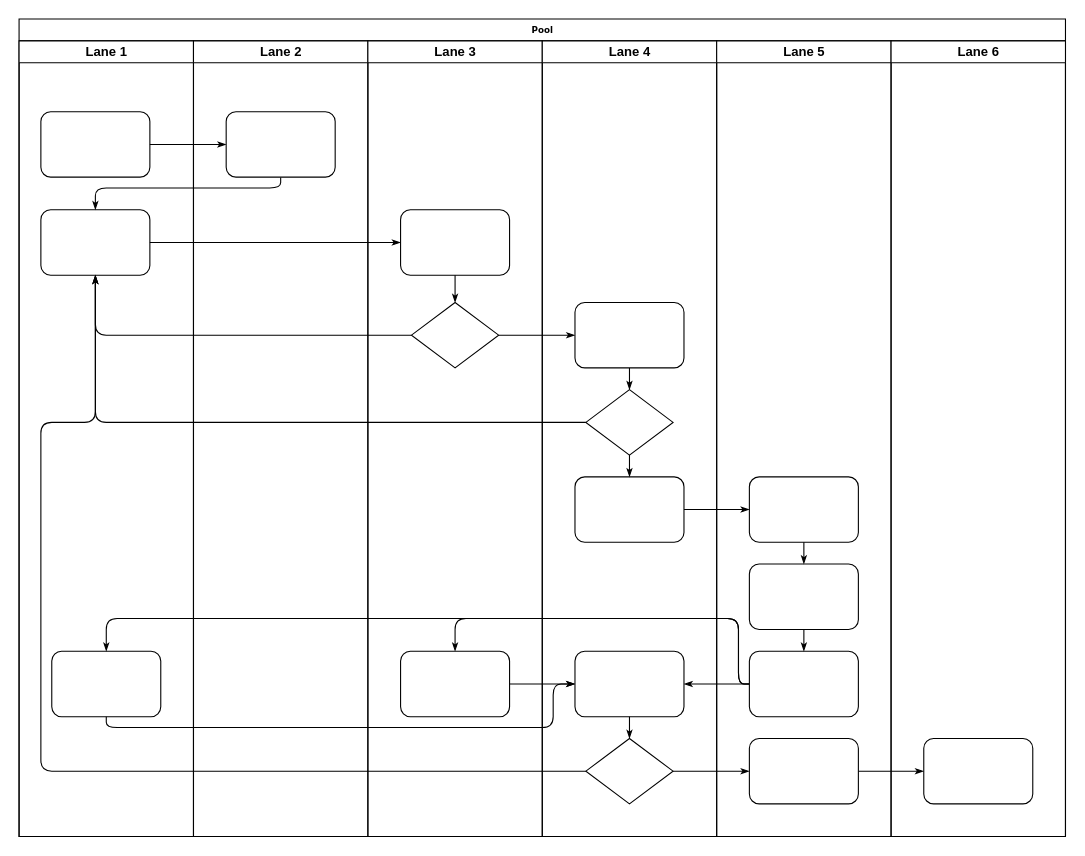
The draw.io diagram Diagrama sem nome.drawio in Cadu-Dias/DrawIo, before the edit. Source tidied: cells renumbered, new cells numbered last; positions are measured from the earlier drawing's top-left corner, leaving out a move shared by most shapes. Both pictures are drawn from the tidied source at 109%, with x=0, y=0 at pixel (19, 19).
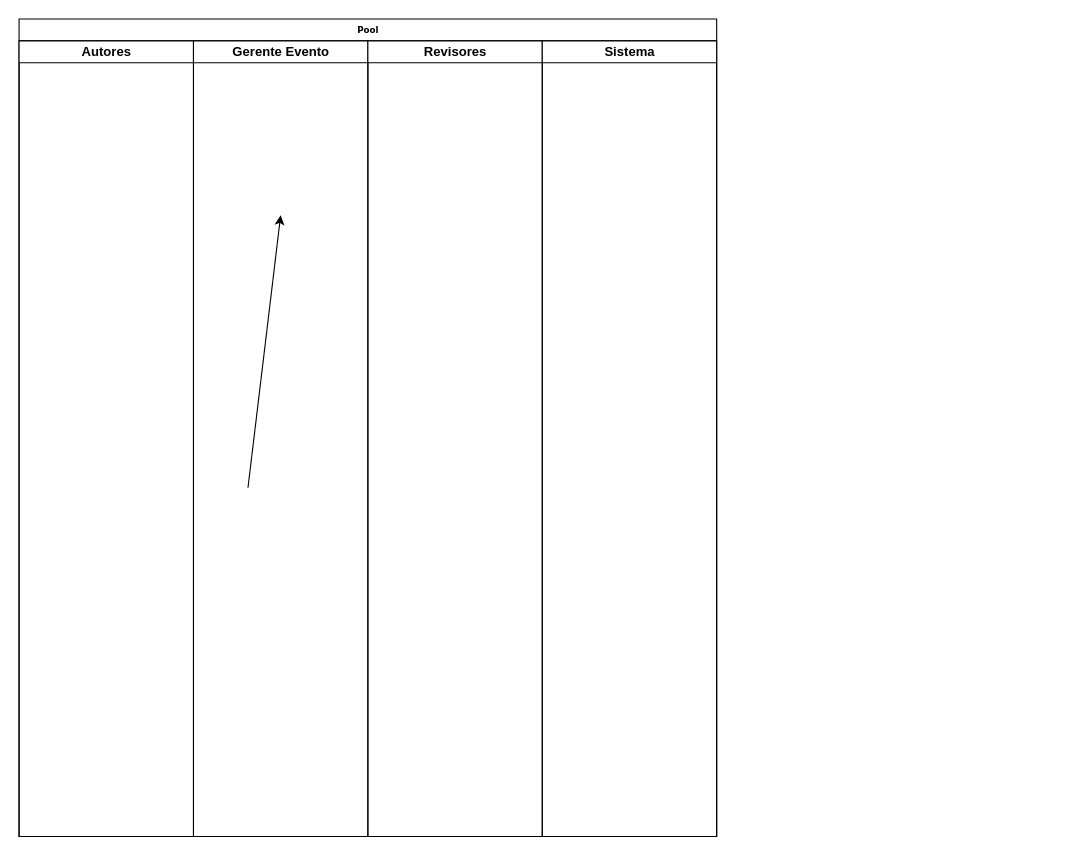
Above is the later version.

Diff of the diagram source:
```diff
@@
     <mxCell id="2" value="Pool" style="swimlane;html=1;startSize=20;rounded=0;shadow=0;labelBackgroundColor=none;strokeWidth=1;fontFamily=Verdana;fontSize=8;align=center;" parent="1" vertex="1">
-      <mxGeometry width="960" height="750" as="geometry" />
+      <mxGeometry width="640" height="750" as="geometry" />
     </mxCell>
-    <mxCell id="3" value="Lane 1" style="swimlane;html=1;startSize=20;" parent="2" vertex="1">
+    <mxCell id="3" value="Autores" style="swimlane;html=1;startSize=20;" parent="2" vertex="1">
       <mxGeometry y="20" width="160" height="730" as="geometry" />
     </mxCell>
-    <mxCell id="4" style="rounded=1;whiteSpace=wrap;html=1;shadow=0;labelBackgroundColor=none;strokeWidth=1;fontFamily=Verdana;fontSize=8;align=center;" parent="3" vertex="1">
-      <mxGeometry x="20" y="65" width="100" height="60" as="geometry" />
-    </mxCell>
-    <mxCell id="5" style="rounded=1;whiteSpace=wrap;html=1;shadow=0;labelBackgroundColor=none;strokeWidth=1;fontFamily=Verdana;fontSize=8;align=center;" parent="3" vertex="1">
-      <mxGeometry x="20" y="155" width="100" height="60" as="geometry" />
-    </mxCell>
-    <mxCell id="6" style="rounded=1;whiteSpace=wrap;html=1;shadow=0;labelBackgroundColor=none;strokeWidth=1;fontFamily=Verdana;fontSize=8;align=center;" parent="3" vertex="1">
-      <mxGeometry x="30" y="560" width="100" height="60" as="geometry" />
-    </mxCell>
-    <mxCell id="7" style="edgeStyle=orthogonalEdgeStyle;rounded=1;html=1;labelBackgroundColor=none;startArrow=none;startFill=0;startSize=5;endArrow=classicThin;endFill=1;endSize=5;jettySize=auto;strokeWidth=1;fontFamily=Verdana;fontSize=8;" parent="2" edge="1" source="4" target="23">
-      <mxGeometry relative="1" as="geometry" />
-    </mxCell>
-    <mxCell id="8" style="edgeStyle=orthogonalEdgeStyle;rounded=1;html=1;labelBackgroundColor=none;startArrow=none;startFill=0;startSize=5;endArrow=classicThin;endFill=1;endSize=5;jettySize=auto;strokeWidth=1;fontFamily=Verdana;fontSize=8;" parent="2" edge="1" source="23" target="5">
-      <mxGeometry relative="1" as="geometry">
-        <Array as="points">
-          <mxPoint x="240" y="155" />
-          <mxPoint x="70" y="155" />
-        </Array>
-      </mxGeometry>
-    </mxCell>
-    <mxCell id="9" style="edgeStyle=orthogonalEdgeStyle;rounded=1;html=1;labelBackgroundColor=none;startArrow=none;startFill=0;startSize=5;endArrow=classicThin;endFill=1;endSize=5;jettySize=auto;strokeWidth=1;fontFamily=Verdana;fontSize=8;" parent="2" edge="1" source="5" target="25">
-      <mxGeometry relative="1" as="geometry" />
-    </mxCell>
-    <mxCell id="10" style="edgeStyle=orthogonalEdgeStyle;rounded=1;html=1;labelBackgroundColor=none;startArrow=none;startFill=0;startSize=5;endArrow=classicThin;endFill=1;endSize=5;jettySize=auto;strokeWidth=1;fontFamily=Verdana;fontSize=8;" parent="2" edge="1" source="26" target="5">
-      <mxGeometry relative="1" as="geometry" />
-    </mxCell>
-    <mxCell id="11" style="edgeStyle=orthogonalEdgeStyle;rounded=1;html=1;labelBackgroundColor=none;startArrow=none;startFill=0;startSize=5;endArrow=classicThin;endFill=1;endSize=5;jettySize=auto;strokeWidth=1;fontFamily=Verdana;fontSize=8;" parent="2" edge="1" source="31" target="5">
-      <mxGeometry relative="1" as="geometry" />
-    </mxCell>
-    <mxCell id="12" style="edgeStyle=orthogonalEdgeStyle;rounded=1;html=1;labelBackgroundColor=none;startArrow=none;startFill=0;startSize=5;endArrow=classicThin;endFill=1;endSize=5;jettySize=auto;strokeWidth=1;fontFamily=Verdana;fontSize=8;" parent="2" edge="1" source="34" target="5">
-      <mxGeometry relative="1" as="geometry">
-        <Array as="points">
-          <mxPoint x="20" y="690" />
-          <mxPoint x="20" y="370" />
-          <mxPoint x="70" y="370" />
-        </Array>
-      </mxGeometry>
-    </mxCell>
-    <mxCell id="13" style="edgeStyle=orthogonalEdgeStyle;rounded=1;html=1;labelBackgroundColor=none;startArrow=none;startFill=0;startSize=5;endArrow=classicThin;endFill=1;endSize=5;jettySize=auto;strokeWidth=1;fontFamily=Verdana;fontSize=8;" parent="2" edge="1" source="26" target="30">
-      <mxGeometry relative="1" as="geometry" />
-    </mxCell>
-    <mxCell id="14" style="edgeStyle=orthogonalEdgeStyle;rounded=1;html=1;labelBackgroundColor=none;startArrow=none;startFill=0;startSize=5;endArrow=classicThin;endFill=1;endSize=5;jettySize=auto;strokeWidth=1;fontFamily=Verdana;fontSize=8;" parent="2" edge="1" source="34" target="42">
-      <mxGeometry relative="1" as="geometry" />
-    </mxCell>
-    <mxCell id="15" style="edgeStyle=orthogonalEdgeStyle;rounded=1;html=1;labelBackgroundColor=none;startArrow=none;startFill=0;startSize=5;endArrow=classicThin;endFill=1;endSize=5;jettySize=auto;strokeWidth=1;fontFamily=Verdana;fontSize=8;" parent="2" edge="1" source="42" target="46">
-      <mxGeometry relative="1" as="geometry" />
-    </mxCell>
-    <mxCell id="16" style="edgeStyle=orthogonalEdgeStyle;rounded=1;html=1;labelBackgroundColor=none;startArrow=none;startFill=0;startSize=5;endArrow=classicThin;endFill=1;endSize=5;jettySize=auto;strokeWidth=1;fontFamily=Verdana;fontSize=8;" parent="2" edge="1" source="32" target="39">
-      <mxGeometry relative="1" as="geometry" />
-    </mxCell>
-    <mxCell id="17" style="edgeStyle=orthogonalEdgeStyle;rounded=1;html=1;labelBackgroundColor=none;startArrow=none;startFill=0;startSize=5;endArrow=classicThin;endFill=1;endSize=5;jettySize=auto;strokeWidth=1;fontFamily=Verdana;fontSize=8;" parent="2" edge="1" source="41" target="27">
-      <mxGeometry relative="1" as="geometry">
-        <Array as="points">
-          <mxPoint x="660" y="610" />
-          <mxPoint x="660" y="550" />
-          <mxPoint x="400" y="550" />
-        </Array>
-      </mxGeometry>
-    </mxCell>
-    <mxCell id="18" style="edgeStyle=orthogonalEdgeStyle;rounded=1;html=1;labelBackgroundColor=none;startArrow=none;startFill=0;startSize=5;endArrow=classicThin;endFill=1;endSize=5;jettySize=auto;strokeColor=#000000;strokeWidth=1;fontFamily=Verdana;fontSize=8;fontColor=#000000;" parent="2" edge="1" source="41" target="33">
-      <mxGeometry relative="1" as="geometry" />
-    </mxCell>
-    <mxCell id="19" style="edgeStyle=orthogonalEdgeStyle;rounded=1;html=1;labelBackgroundColor=none;startArrow=none;startFill=0;startSize=5;endArrow=classicThin;endFill=1;endSize=5;jettySize=auto;strokeWidth=1;fontFamily=Verdana;fontSize=8;" parent="2" edge="1" source="41" target="6">
-      <mxGeometry relative="1" as="geometry">
-        <Array as="points">
-          <mxPoint x="660" y="610" />
-          <mxPoint x="660" y="550" />
-          <mxPoint x="80" y="550" />
-        </Array>
-      </mxGeometry>
-    </mxCell>
-    <mxCell id="20" style="edgeStyle=orthogonalEdgeStyle;rounded=1;html=1;labelBackgroundColor=none;startArrow=none;startFill=0;startSize=5;endArrow=classicThin;endFill=1;endSize=5;jettySize=auto;strokeWidth=1;fontFamily=Verdana;fontSize=8;" parent="2" edge="1" source="6" target="33">
-      <mxGeometry relative="1" as="geometry">
-        <Array as="points">
-          <mxPoint x="80" y="650" />
-          <mxPoint x="490" y="650" />
-          <mxPoint x="490" y="610" />
-        </Array>
-      </mxGeometry>
-    </mxCell>
-    <mxCell id="21" style="edgeStyle=orthogonalEdgeStyle;rounded=1;html=1;labelBackgroundColor=none;startArrow=none;startFill=0;startSize=5;endArrow=classicThin;endFill=1;endSize=5;jettySize=auto;strokeWidth=1;fontFamily=Verdana;fontSize=8;" parent="2" edge="1" source="27" target="33">
-      <mxGeometry relative="1" as="geometry" />
-    </mxCell>
-    <mxCell id="22" value="Lane 2" style="swimlane;html=1;startSize=20;" parent="2" vertex="1">
+    <mxCell id="22" value="Gerente Evento" style="swimlane;html=1;startSize=20;" parent="2" vertex="1">
       <mxGeometry x="160" y="20" width="160" height="730" as="geometry" />
     </mxCell>
-    <mxCell id="23" style="rounded=1;whiteSpace=wrap;html=1;shadow=0;labelBackgroundColor=none;strokeWidth=1;fontFamily=Verdana;fontSize=8;align=center;" parent="22" vertex="1">
-      <mxGeometry x="30" y="65" width="100" height="60" as="geometry" />
-    </mxCell>
+    <mxCell id="47" style="endArrow=classic;html=1;rounded=0;" parent="22" edge="1">
+      <mxGeometry relative="1" as="geometry">
+        <mxPoint x="50" y="410" as="sourcePoint" />
+        <mxPoint x="80" y="160" as="targetPoint" />
+      </mxGeometry>
+    </mxCell>
-    <mxCell id="24" value="Lane 3" style="swimlane;html=1;startSize=20;" parent="2" vertex="1">
+    <mxCell id="24" value="Revisores" style="swimlane;html=1;startSize=20;" parent="2" vertex="1">
       <mxGeometry x="320" y="20" width="160" height="730" as="geometry" />
     </mxCell>
-    <mxCell id="25" style="rounded=1;whiteSpace=wrap;html=1;shadow=0;labelBackgroundColor=none;strokeWidth=1;fontFamily=Verdana;fontSize=8;align=center;" parent="24" vertex="1">
-      <mxGeometry x="30" y="155" width="100" height="60" as="geometry" />
-    </mxCell>
-    <mxCell id="26" style="rhombus;whiteSpace=wrap;html=1;rounded=0;shadow=0;labelBackgroundColor=none;strokeWidth=1;fontFamily=Verdana;fontSize=8;align=center;" parent="24" vertex="1">
-      <mxGeometry x="40" y="240" width="80" height="60" as="geometry" />
-    </mxCell>
-    <mxCell id="27" style="rounded=1;whiteSpace=wrap;html=1;shadow=0;labelBackgroundColor=none;strokeWidth=1;fontFamily=Verdana;fontSize=8;align=center;" parent="24" vertex="1">
-      <mxGeometry x="30" y="560" width="100" height="60" as="geometry" />
-    </mxCell>
-    <mxCell id="28" style="edgeStyle=orthogonalEdgeStyle;rounded=1;html=1;labelBackgroundColor=none;startArrow=none;startFill=0;startSize=5;endArrow=classicThin;endFill=1;endSize=5;jettySize=auto;strokeWidth=1;fontFamily=Verdana;fontSize=8;" parent="24" edge="1" source="25" target="26">
-      <mxGeometry relative="1" as="geometry" />
-    </mxCell>
-    <mxCell id="29" value="Lane 4" style="swimlane;html=1;startSize=20;" parent="2" vertex="1">
-      <mxGeometry x="480" y="20" width="160" height="730" as="geometry" />
-    </mxCell>
-    <mxCell id="30" style="rounded=1;whiteSpace=wrap;html=1;shadow=0;labelBackgroundColor=none;strokeWidth=1;fontFamily=Verdana;fontSize=8;align=center;" parent="29" vertex="1">
-      <mxGeometry x="30" y="240" width="100" height="60" as="geometry" />
-    </mxCell>
-    <mxCell id="31" style="rhombus;whiteSpace=wrap;html=1;rounded=0;shadow=0;labelBackgroundColor=none;strokeWidth=1;fontFamily=Verdana;fontSize=8;align=center;" parent="29" vertex="1">
-      <mxGeometry x="40" y="320" width="80" height="60" as="geometry" />
-    </mxCell>
-    <mxCell id="32" style="rounded=1;whiteSpace=wrap;html=1;shadow=0;labelBackgroundColor=none;strokeWidth=1;fontFamily=Verdana;fontSize=8;align=center;" parent="29" vertex="1">
-      <mxGeometry x="30" y="400" width="100" height="60" as="geometry" />
-    </mxCell>
-    <mxCell id="33" style="rounded=1;whiteSpace=wrap;html=1;shadow=0;labelBackgroundColor=none;strokeWidth=1;fontFamily=Verdana;fontSize=8;align=center;" parent="29" vertex="1">
-      <mxGeometry x="30" y="560" width="100" height="60" as="geometry" />
-    </mxCell>
-    <mxCell id="34" style="rhombus;whiteSpace=wrap;html=1;rounded=0;shadow=0;labelBackgroundColor=none;strokeWidth=1;fontFamily=Verdana;fontSize=8;align=center;" parent="29" vertex="1">
-      <mxGeometry x="40" y="640" width="80" height="60" as="geometry" />
-    </mxCell>
-    <mxCell id="35" style="edgeStyle=orthogonalEdgeStyle;rounded=1;html=1;labelBackgroundColor=none;startArrow=none;startFill=0;startSize=5;endArrow=classicThin;endFill=1;endSize=5;jettySize=auto;strokeColor=#000000;strokeWidth=1;fontFamily=Verdana;fontSize=8;fontColor=#000000;" parent="29" edge="1" source="30" target="31">
-      <mxGeometry relative="1" as="geometry" />
-    </mxCell>
-    <mxCell id="36" style="edgeStyle=orthogonalEdgeStyle;rounded=1;html=1;labelBackgroundColor=none;startArrow=none;startFill=0;startSize=5;endArrow=classicThin;endFill=1;endSize=5;jettySize=auto;strokeWidth=1;fontFamily=Verdana;fontSize=8;" parent="29" edge="1" source="31" target="32">
-      <mxGeometry relative="1" as="geometry" />
-    </mxCell>
-    <mxCell id="37" style="edgeStyle=orthogonalEdgeStyle;rounded=1;html=1;labelBackgroundColor=none;startArrow=none;startFill=0;startSize=5;endArrow=classicThin;endFill=1;endSize=5;jettySize=auto;strokeWidth=1;fontFamily=Verdana;fontSize=8;" parent="29" edge="1" source="33" target="34">
-      <mxGeometry relative="1" as="geometry" />
-    </mxCell>
-    <mxCell id="38" value="Lane 5" style="swimlane;html=1;startSize=20;" parent="2" vertex="1">
-      <mxGeometry x="640" y="20" width="160" height="730" as="geometry" />
-    </mxCell>
-    <mxCell id="39" style="rounded=1;whiteSpace=wrap;html=1;shadow=0;labelBackgroundColor=none;strokeWidth=1;fontFamily=Verdana;fontSize=8;align=center;" parent="38" vertex="1">
-      <mxGeometry x="30" y="400" width="100" height="60" as="geometry" />
-    </mxCell>
-    <mxCell id="40" style="rounded=1;whiteSpace=wrap;html=1;shadow=0;labelBackgroundColor=none;strokeWidth=1;fontFamily=Verdana;fontSize=8;align=center;" parent="38" vertex="1">
-      <mxGeometry x="30" y="480" width="100" height="60" as="geometry" />
-    </mxCell>
-    <mxCell id="41" style="rounded=1;whiteSpace=wrap;html=1;shadow=0;labelBackgroundColor=none;strokeWidth=1;fontFamily=Verdana;fontSize=8;align=center;" parent="38" vertex="1">
-      <mxGeometry x="30" y="560" width="100" height="60" as="geometry" />
-    </mxCell>
-    <mxCell id="42" style="rounded=1;whiteSpace=wrap;html=1;shadow=0;labelBackgroundColor=none;strokeWidth=1;fontFamily=Verdana;fontSize=8;align=center;" parent="38" vertex="1">
-      <mxGeometry x="30" y="640" width="100" height="60" as="geometry" />
-    </mxCell>
-    <mxCell id="43" style="edgeStyle=orthogonalEdgeStyle;rounded=1;html=1;labelBackgroundColor=none;startArrow=none;startFill=0;startSize=5;endArrow=classicThin;endFill=1;endSize=5;jettySize=auto;strokeWidth=1;fontFamily=Verdana;fontSize=8;" parent="38" edge="1" source="39" target="40">
-      <mxGeometry relative="1" as="geometry" />
-    </mxCell>
-    <mxCell id="44" style="edgeStyle=orthogonalEdgeStyle;rounded=1;html=1;labelBackgroundColor=none;startArrow=none;startFill=0;startSize=5;endArrow=classicThin;endFill=1;endSize=5;jettySize=auto;strokeWidth=1;fontFamily=Verdana;fontSize=8;" parent="38" edge="1" source="40" target="41">
-      <mxGeometry relative="1" as="geometry" />
-    </mxCell>
-    <mxCell id="45" value="Lane 6" style="swimlane;html=1;startSize=20;" parent="2" vertex="1">
-      <mxGeometry x="800" y="20" width="160" height="730" as="geometry" />
-    </mxCell>
-    <mxCell id="46" style="rounded=1;whiteSpace=wrap;html=1;shadow=0;labelBackgroundColor=none;strokeWidth=1;fontFamily=Verdana;fontSize=8;align=center;" parent="45" vertex="1">
-      <mxGeometry x="30" y="640" width="100" height="60" as="geometry" />
-    </mxCell>
+    <mxCell id="48" value="Sistema" style="swimlane;html=1;startSize=20;" parent="2" vertex="1">
+      <mxGeometry x="480" y="20" width="160" height="730" as="geometry" />
+    </mxCell>
```
